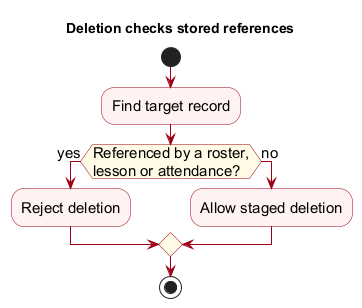
Before: docs/images/DomainDeletionRules.png, a diagram exported from PlantUML (AY2627S1-CS2103T-F13-3/tp).
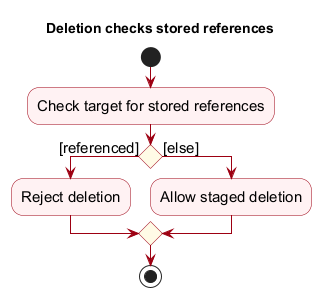
Above is the later version.

Commit message:
Correct UML notation in the domain diagrams

The edit, as a diff of the source:
```diff
@@ -15,11 +15,12 @@
 skinparam activityBackgroundColor #FFF2F3
 skinparam activityBorderColor #9D0012
 skinparam activityDiamondBackgroundColor #FFFBE6
+skinparam conditionStyle diamond
 start
-:Find target record;
-if (Referenced by a roster,\nlesson or attendance?) then (yes)
+:Check target for stored references;
+if () then ([referenced])
   :Reject deletion;
-else (no)
+else ([else])
   :Allow staged deletion;
 endif
 stop
```
